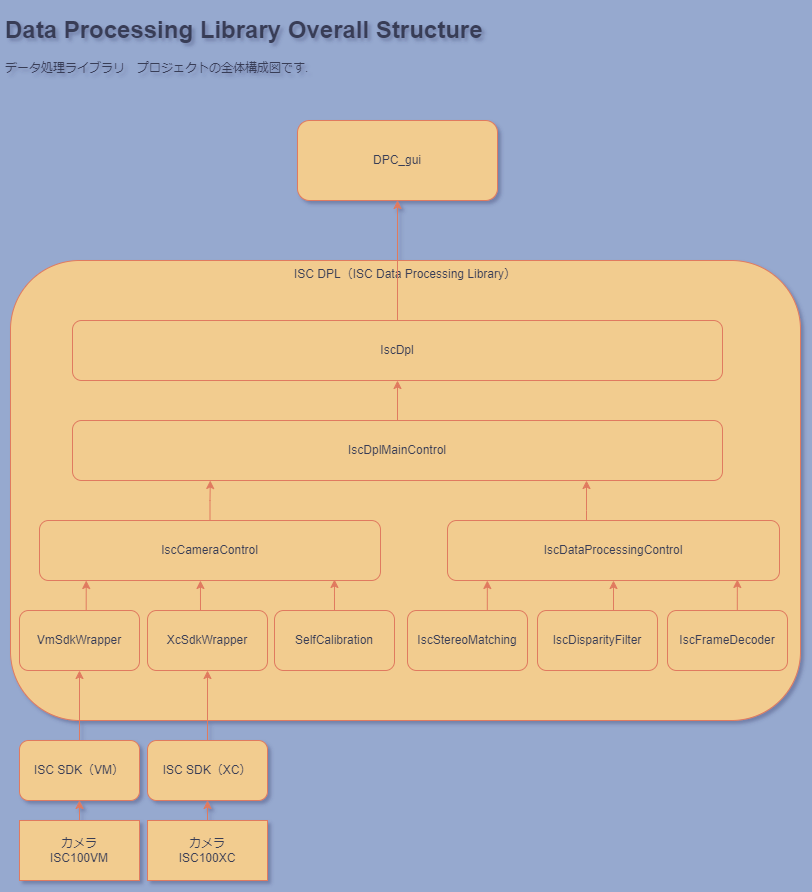
Before: res/data_processing_lib-Overall-Structure.drawio.png, a diagram exported from draw.io (ITDLab/isc-dpl). Source tidied: cells renumbered, new cells last; positions are measured from the earlier drawing's top-left corner, leaving out a move shared by most shapes.
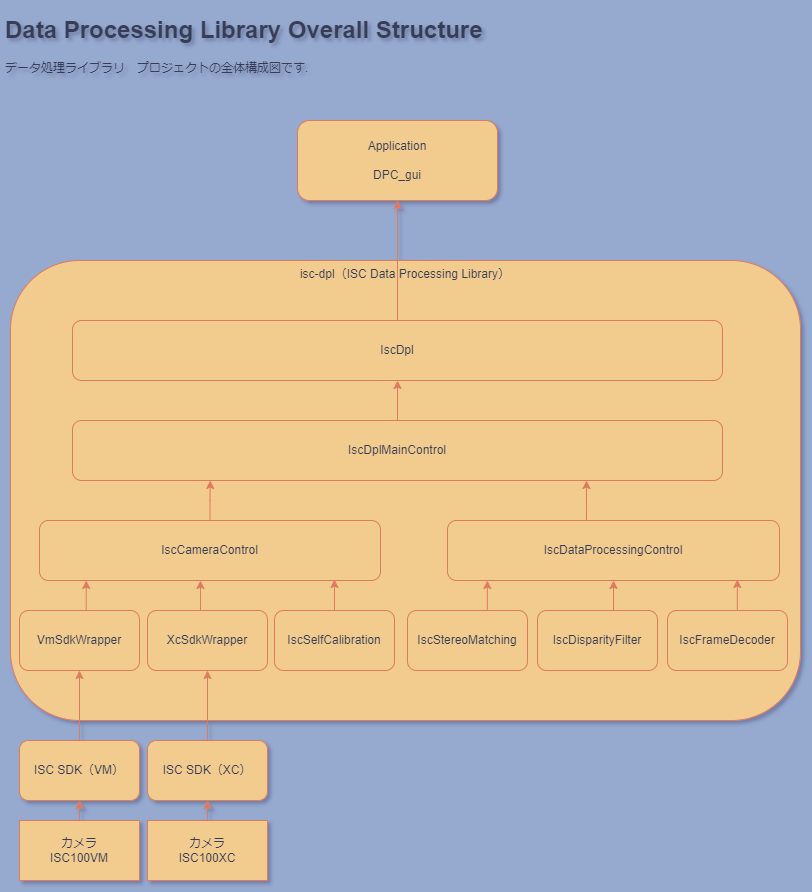
The same file after the commit.

Diff of the diagram source:
```diff
@@ -2,7 +2,7 @@
   <root>
     <mxCell id="0" />
     <mxCell id="1" parent="0" />
-    <mxCell id="2" value="ISC DPL（ISC Data Processing Library）" style="rounded=1;whiteSpace=wrap;html=1;verticalAlign=top;labelBackgroundColor=none;fillColor=#F2CC8F;strokeColor=#E07A5F;fontColor=#393C56;" parent="1" vertex="1">
+    <mxCell id="2" value="isc-dpl（ISC Data Processing Library）" style="rounded=1;whiteSpace=wrap;html=1;verticalAlign=top;labelBackgroundColor=none;fillColor=#F2CC8F;strokeColor=#E07A5F;fontColor=#393C56;" parent="1" vertex="1">
       <mxGeometry x="10" y="250" width="790" height="460" as="geometry" />
     </mxCell>
     <mxCell id="3" style="edgeStyle=orthogonalEdgeStyle;rounded=0;jettySize=auto;html=1;exitX=0.5;exitY=0;exitDx=0;exitDy=0;entryX=0.5;entryY=1;entryDx=0;entryDy=0;labelBackgroundColor=none;strokeColor=#E07A5F;fontColor=default;" parent="1" edge="1" source="4" target="8">
@@ -76,7 +76,7 @@
     <mxCell id="24" value="IscDpl" style="rounded=1;whiteSpace=wrap;html=1;labelBackgroundColor=none;fillColor=#F2CC8F;strokeColor=#E07A5F;fontColor=#393C56;" parent="1" vertex="1">
       <mxGeometry x="72" y="310" width="650" height="60" as="geometry" />
     </mxCell>
-    <mxCell id="25" value="DPC_gui" style="rounded=1;whiteSpace=wrap;html=1;labelBackgroundColor=none;fillColor=#F2CC8F;strokeColor=#E07A5F;fontColor=#393C56;" parent="1" vertex="1">
+    <mxCell id="25" value="Application&lt;br&gt;&lt;br&gt;DPC_gui" style="rounded=1;whiteSpace=wrap;html=1;labelBackgroundColor=none;fillColor=#F2CC8F;strokeColor=#E07A5F;fontColor=#393C56;" parent="1" vertex="1">
       <mxGeometry x="297" y="110" width="200" height="80" as="geometry" />
     </mxCell>
     <mxCell id="26" value="&lt;h1&gt;Data Processing Library Overall Structure&lt;/h1&gt;&lt;p&gt;データ処理ライブラリ　プロジェクトの全体構成図です.&lt;/p&gt;" style="text;html=1;strokeColor=none;fillColor=none;spacing=5;spacingTop=-20;whiteSpace=wrap;overflow=hidden;rounded=0;fontColor=#393C56;labelBackgroundColor=none;" parent="1" vertex="1">
@@ -88,7 +88,7 @@
     <mxCell id="28" value="IscDisparityFilter" style="rounded=1;whiteSpace=wrap;html=1;labelBackgroundColor=none;fillColor=#F2CC8F;strokeColor=#E07A5F;fontColor=#393C56;" parent="1" vertex="1">
       <mxGeometry x="537" y="600" width="120" height="60" as="geometry" />
     </mxCell>
-    <mxCell id="29" value="SelfCalibration" style="rounded=1;whiteSpace=wrap;html=1;labelBackgroundColor=none;fillColor=#F2CC8F;strokeColor=#E07A5F;fontColor=#393C56;" parent="1" vertex="1">
+    <mxCell id="29" value="IscSelfCalibration" style="rounded=1;whiteSpace=wrap;html=1;labelBackgroundColor=none;fillColor=#F2CC8F;strokeColor=#E07A5F;fontColor=#393C56;" parent="1" vertex="1">
       <mxGeometry x="274" y="600" width="120" height="60" as="geometry" />
     </mxCell>
     <mxCell id="30" style="edgeStyle=orthogonalEdgeStyle;rounded=0;jettySize=auto;html=1;exitX=0.5;exitY=0;exitDx=0;exitDy=0;entryX=0.865;entryY=0.983;entryDx=0;entryDy=0;entryPerimeter=0;fillColor=#F2CC8F;strokeColor=#E07A5F;labelBackgroundColor=none;fontColor=default;" parent="1" edge="1" source="29" target="14">
```
